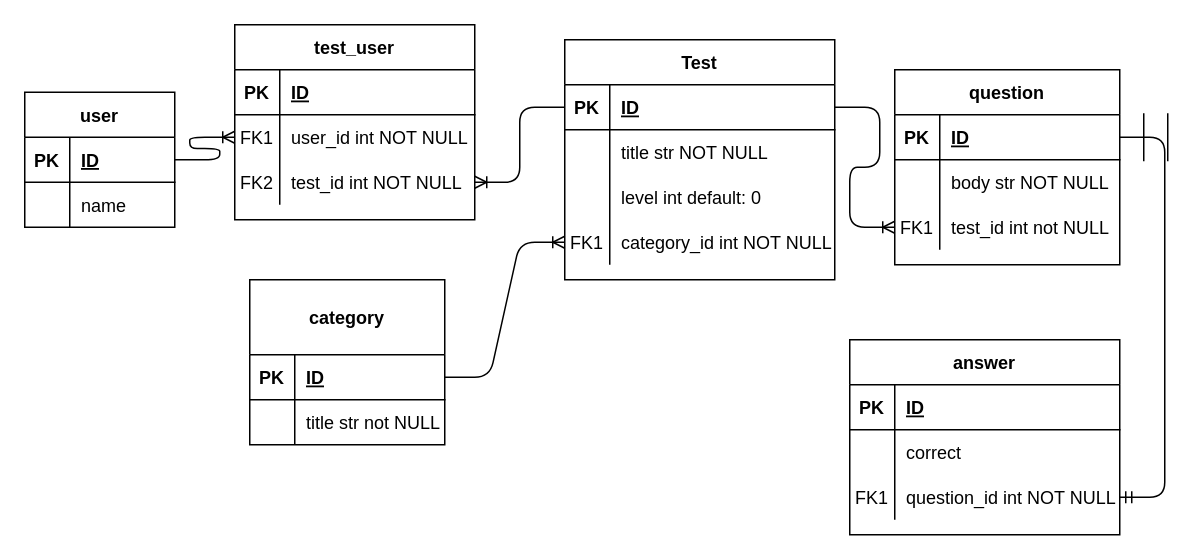
Earlier version of the draw.io diagram Untitled Diagram.drawio (YURARINGACHEV/ruby_on_rails). Source tidied: cells renumbered, new cells numbered last; positions are measured from the earlier drawing's top-left corner, leaving out a move shared by most shapes. Both pictures are drawn from the tidied source at 150%, with x=0, y=0 at pixel (24, 24).
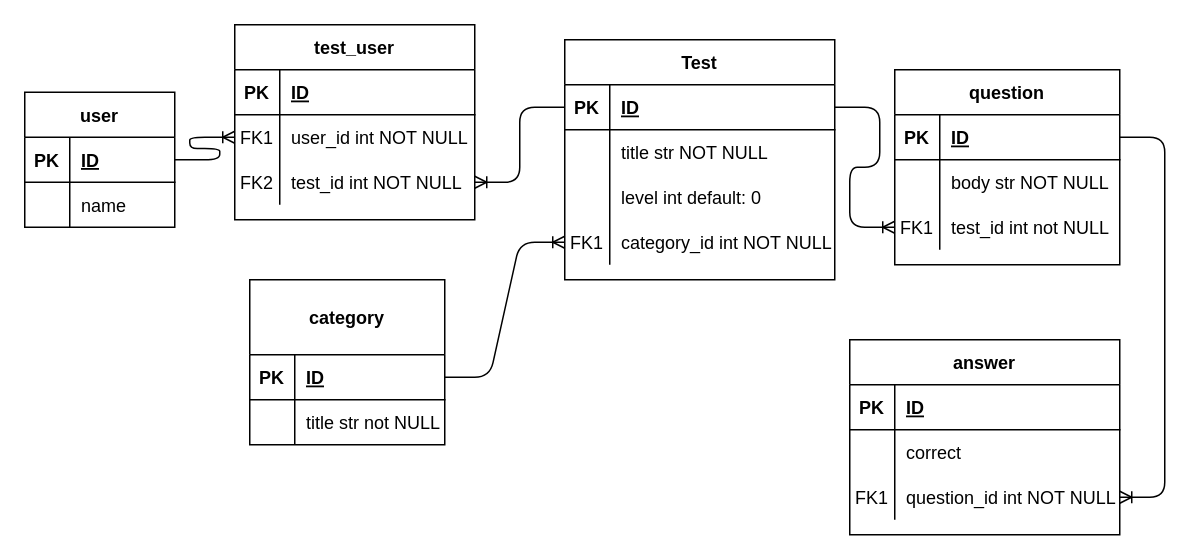
Above is the later version.

Unchanged cells that the change refers to:
```xml
<mxCell id="27" style="shape=partialRectangle;fillColor=none;top=0;left=0;bottom=1;right=0;points=[[0,0.5],[1,0.5]];portConstraint=eastwest;" parent="26" vertex="1">
  <mxGeometry y="30" width="150" height="30" as="geometry" />
</mxCell>
<mxCell id="43" style="shape=partialRectangle;fillColor=none;top=0;left=0;bottom=0;right=0;points=[[0,0.5],[1,0.5]];portConstraint=eastwest;" parent="36" vertex="1">
  <mxGeometry y="90" width="180" height="30" as="geometry" />
</mxCell>
```

The edit, as a diff of the source:
```diff
@@
-    <mxCell id="63" style="edgeStyle=entityRelationEdgeStyle;fontSize=12;html=1;endArrow=ERmandOne;startArrow=ERmandOne;startSize=30;entryX=1;entryY=0.5;entryDx=0;entryDy=0;" parent="1" edge="1" source="27" target="43">
+    <mxCell id="63" style="edgeStyle=entityRelationEdgeStyle;fontSize=12;html=1;endArrow=ERoneToMany;exitX=1;exitY=0.5;exitDx=0;exitDy=0;entryX=1;entryY=0.5;entryDx=0;entryDy=0;" parent="1" edge="1" source="27" target="43">
       <mxGeometry relative="1" as="geometry" />
     </mxCell>
```
